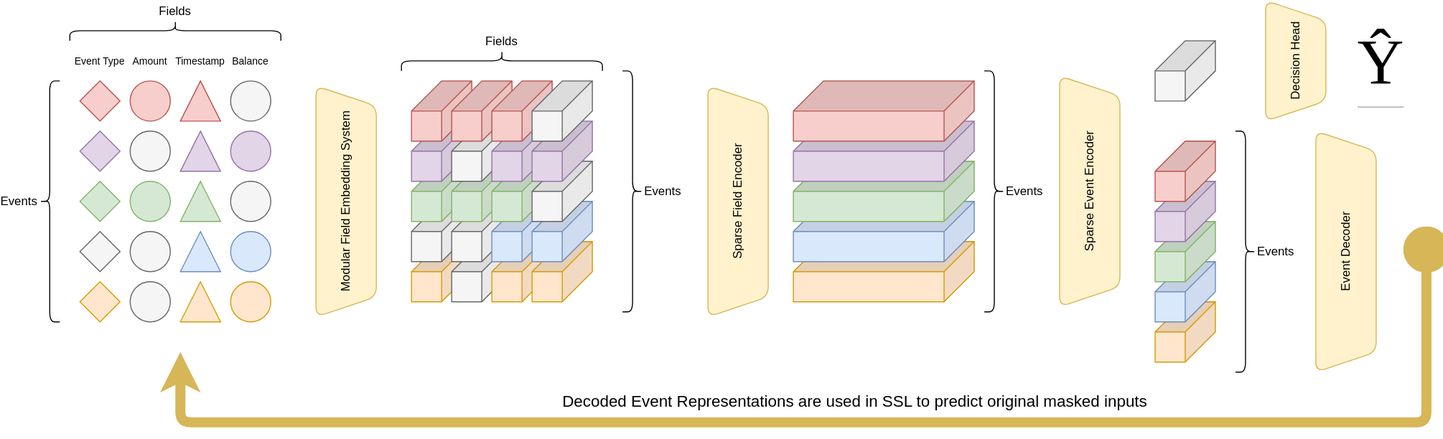
Before: docs/diagrams/architecture.drawio.svg, a diagram exported from draw.io (granthamtaylor/windmark). Source tidied: cells renumbered, new cells last; positions are measured from the earlier drawing's top-left corner, leaving out a move shared by most shapes.
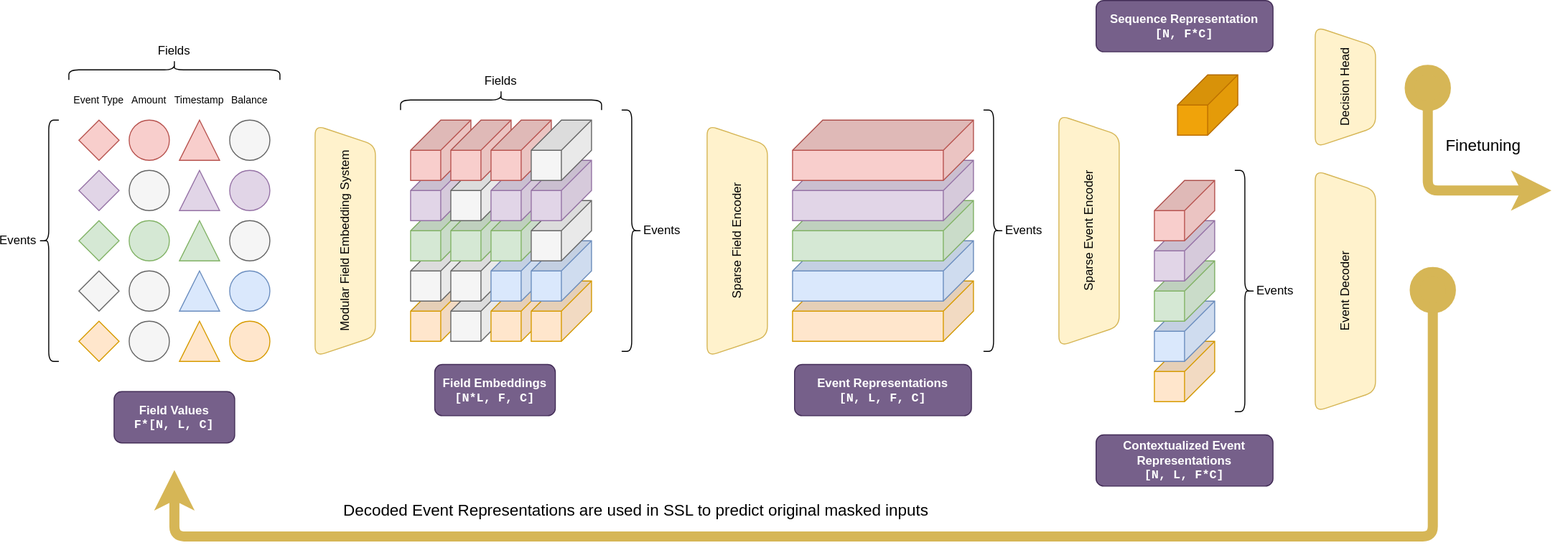
The same diagram one commit later.

Change to the diagram source:
```diff
@@ -146,14 +146,14 @@
     <mxCell id="49" value="Sparse Event Encoder" style="shape=trapezoid;perimeter=trapezoidPerimeter;whiteSpace=wrap;html=1;fixedSize=1;rounded=1;flipH=0;flipV=1;fillColor=#fff2cc;strokeColor=#d6b656;rotation=-90;" parent="1" vertex="1">
       <mxGeometry x="930" y="150" width="230" height="60" as="geometry" />
     </mxCell>
-    <mxCell id="50" style="shape=cube;whiteSpace=wrap;html=1;boundedLbl=1;backgroundOutline=1;darkOpacity=0.05;darkOpacity2=0.1;rounded=1;rotation=90;size=30;fillColor=#f5f5f5;strokeColor=#666666;fontColor=#333333;" parent="1" vertex="1">
-      <mxGeometry x="1110" y="30" width="60" height="60" as="geometry" />
+    <mxCell id="50" style="shape=cube;whiteSpace=wrap;html=1;boundedLbl=1;backgroundOutline=1;darkOpacity=0.05;darkOpacity2=0.1;rounded=1;rotation=90;size=30;fillColor=#f0a30a;strokeColor=#BD7000;fontColor=#000000;" parent="1" vertex="1">
+      <mxGeometry x="1133" y="25" width="60" height="60" as="geometry" />
     </mxCell>
     <mxCell id="51" value="Event Decoder" style="shape=trapezoid;perimeter=trapezoidPerimeter;whiteSpace=wrap;html=1;fixedSize=1;rounded=1;flipH=0;flipV=1;fillColor=#fff2cc;strokeColor=#d6b656;rotation=-90;" parent="1" vertex="1">
       <mxGeometry x="1180" y="210" width="240" height="60" as="geometry" />
     </mxCell>
     <mxCell id="52" value="Decision Head" style="shape=trapezoid;perimeter=trapezoidPerimeter;whiteSpace=wrap;html=1;fixedSize=1;rounded=1;flipH=0;flipV=1;fillColor=#fff2cc;strokeColor=#d6b656;rotation=-90;" parent="1" vertex="1">
-      <mxGeometry x="1190" y="20" width="120" height="60" as="geometry" />
+      <mxGeometry x="1240" y="7" width="120" height="60" as="geometry" />
     </mxCell>
     <mxCell id="53" value="Events" style="shape=curlyBracket;whiteSpace=wrap;html=1;rounded=1;flipH=0;labelPosition=left;verticalLabelPosition=middle;align=right;verticalAlign=middle;" parent="1" vertex="1">
       <mxGeometry y="70" width="20" height="240" as="geometry" />
@@ -200,22 +200,48 @@
     <mxCell id="67" value="Events" style="shape=curlyBracket;whiteSpace=wrap;html=1;rounded=1;flipH=1;labelPosition=right;verticalLabelPosition=middle;align=left;verticalAlign=middle;" parent="1" vertex="1">
       <mxGeometry x="1190" y="120" width="20" height="240" as="geometry" />
     </mxCell>
-    <mxCell id="68" value="&lt;h1 style=&quot;color: rgb(0, 0, 0); font-weight: normal; margin: 0px 0px 0.25em; padding: 0px; overflow: visible; border-bottom: 1px solid rgb(162, 169, 177); width: auto; line-height: 1.375; font-style: normal; font-variant-caps: normal; letter-spacing: normal; text-indent: 0px; text-transform: none; word-spacing: 0px; -webkit-text-stroke-width: 0px; font-size: 64px;&quot; class=&quot;firstHeading mw-first-heading&quot; id=&quot;firstHeading&quot;&gt;&lt;span style=&quot;font-size: 64px;&quot; class=&quot;Latn&quot;&gt;&lt;font face=&quot;Times New Roman&quot; style=&quot;font-size: 64px;&quot;&gt;Ŷ&lt;/font&gt;&lt;/span&gt;&lt;/h1&gt;" style="text;whiteSpace=wrap;html=1;fontSize=64;align=center;" parent="1" vertex="1">
-      <mxGeometry x="1300" width="70" height="110" as="geometry" />
-    </mxCell>
     <mxCell id="69" style="edgeStyle=elbowEdgeStyle;elbow=vertical;endArrow=classic;html=1;rounded=1;endSize=8;startSize=8;fontFamily=Times New Roman;fontSize=64;startArrow=circle;startFill=1;strokeWidth=10;fillColor=#fff2cc;strokeColor=#d6b656;" parent="1" edge="1">
       <mxGeometry relative="1" as="geometry">
-        <mxPoint x="1380" y="210" as="sourcePoint" />
-        <mxPoint x="140" y="340" as="targetPoint" />
+        <mxPoint x="1387" y="211" as="sourcePoint" />
+        <mxPoint x="135" y="418" as="targetPoint" />
         <Array as="points">
-          <mxPoint x="770" y="410" />
+          <mxPoint x="763" y="484" />
         </Array>
       </mxGeometry>
     </mxCell>
     <mxCell id="70" value="Decoded Event Representations are used in SSL to predict original masked inputs" style="edgeLabel;html=1;align=center;verticalAlign=bottom;fontSize=16;fontFamily=Helvetica;labelPosition=center;verticalLabelPosition=top;" parent="69" vertex="1">
       <mxGeometry x="0.02" y="-1" relative="1" as="geometry">
-        <mxPoint x="1" y="-9" as="offset" />
+        <mxPoint x="-254" y="-14" as="offset" />
       </mxGeometry>
     </mxCell>
+    <mxCell id="71" value="Field Embeddings&lt;br&gt;&lt;font face=&quot;Courier New&quot;&gt;[N*L, F, C]&lt;/font&gt;" style="whiteSpace=wrap;html=1;fontStyle=1;rounded=1;fillColor=#76608a;fontColor=#ffffff;strokeColor=#432D57;" parent="1" vertex="1">
+      <mxGeometry x="394" y="313" width="120" height="51" as="geometry" />
+    </mxCell>
+    <mxCell id="72" value="Event Representations&lt;br&gt;&lt;font face=&quot;Courier New&quot;&gt;[N, L, F, C]&lt;/font&gt;" style="whiteSpace=wrap;html=1;fontStyle=1;rounded=1;fillColor=#76608a;fontColor=#ffffff;strokeColor=#432D57;" parent="1" vertex="1">
+      <mxGeometry x="752" y="313" width="176" height="51" as="geometry" />
+    </mxCell>
+    <mxCell id="73" value="Contextualized Event Representations&lt;br&gt;&lt;font face=&quot;Courier New&quot;&gt;[N, L, F*C]&lt;/font&gt;" style="whiteSpace=wrap;html=1;fontStyle=1;rounded=1;fillColor=#76608a;fontColor=#ffffff;strokeColor=#432D57;" parent="1" vertex="1">
+      <mxGeometry x="1052" y="383" width="176" height="51" as="geometry" />
+    </mxCell>
+    <mxCell id="74" value="Sequence Representation&lt;br&gt;&lt;font face=&quot;Courier New&quot;&gt;[N, F*C]&lt;/font&gt;" style="whiteSpace=wrap;html=1;fontStyle=1;rounded=1;fillColor=#76608a;fontColor=#ffffff;strokeColor=#432D57;" parent="1" vertex="1">
+      <mxGeometry x="1052" y="-49" width="176" height="51" as="geometry" />
+    </mxCell>
+    <mxCell id="75" value="Field Values&lt;br&gt;&lt;font face=&quot;Courier New&quot;&gt;F*[N, L, C]&lt;/font&gt;" style="whiteSpace=wrap;html=1;fontStyle=1;rounded=1;fillColor=#76608a;fontColor=#ffffff;strokeColor=#432D57;" parent="1" vertex="1">
+      <mxGeometry x="75" y="340" width="120" height="51" as="geometry" />
+    </mxCell>
+    <mxCell id="76" style="edgeStyle=orthogonalEdgeStyle;elbow=vertical;endArrow=classic;html=1;rounded=1;endSize=8;startSize=8;fontFamily=Times New Roman;fontSize=64;startArrow=circle;startFill=1;strokeWidth=10;fillColor=#fff2cc;strokeColor=#d6b656;" parent="1" edge="1">
+      <mxGeometry relative="1" as="geometry">
+        <mxPoint x="1382" y="10" as="sourcePoint" />
+        <mxPoint x="1505" y="140" as="targetPoint" />
+        <Array as="points">
+          <mxPoint x="1382" y="140" />
+        </Array>
+      </mxGeometry>
+    </mxCell>
+    <mxCell id="77" value="&lt;font style=&quot;font-size: 16px;&quot; face=&quot;Helvetica&quot;&gt;Finetuning&lt;/font&gt;" style="edgeLabel;html=1;align=center;verticalAlign=middle;fontSize=12;fontFamily=Courier New;" parent="76" vertex="1">
+      <mxGeometry x="0.17" y="7" relative="1" as="geometry">
+        <mxPoint x="37" y="-39" as="offset" />
+      </mxGeometry>
+    </mxCell>
   </root>
 </mxGraphModel>
```
